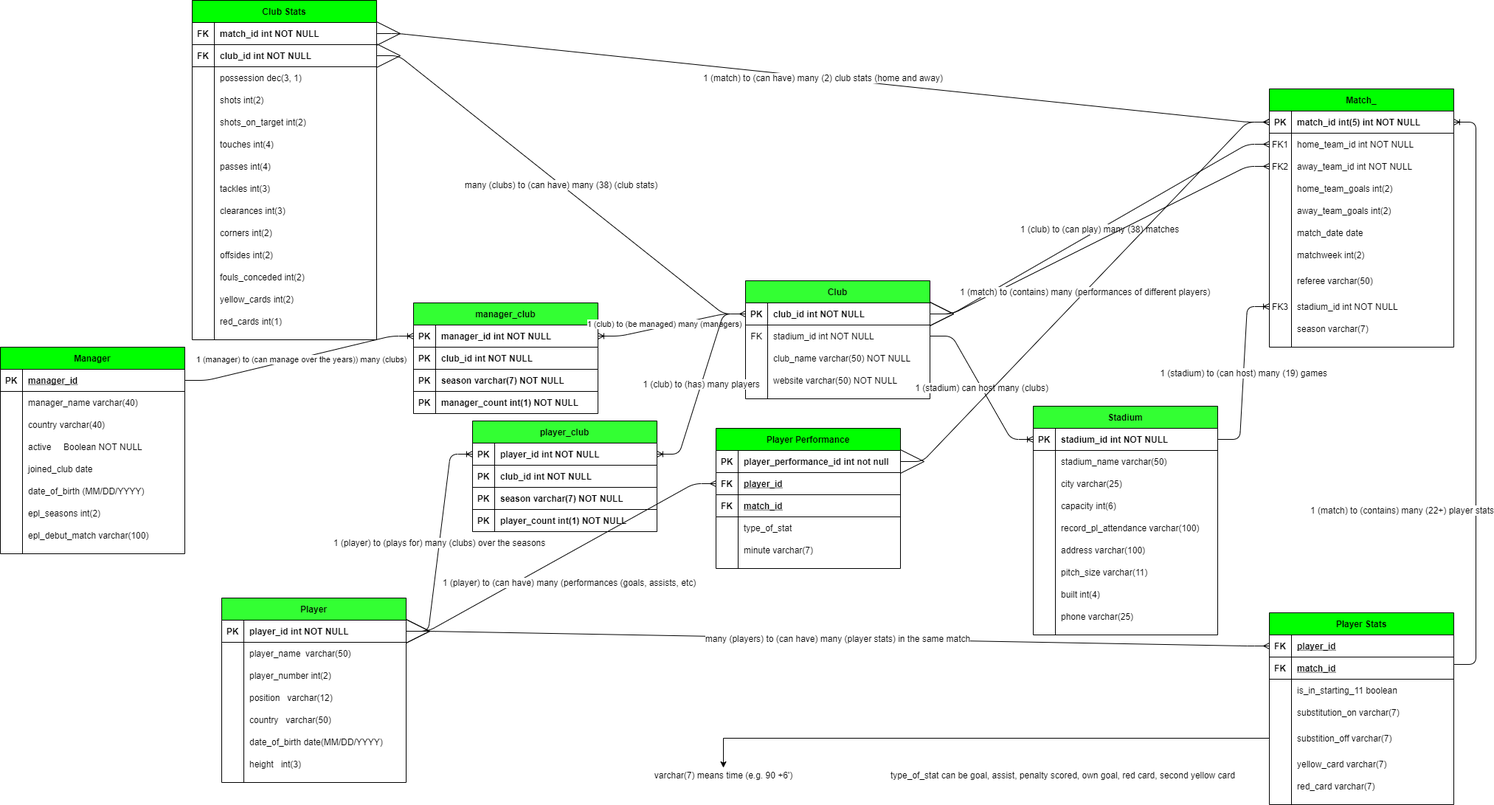
The draw.io diagram Premier League Database Model.png in narekzamanyan97/Scraped-EPL-Data-Into-a-Database, before a commit. Source tidied: cells renumbered, new cells last; positions are measured from the earlier drawing's top-left corner, leaving out a move shared by most shapes.
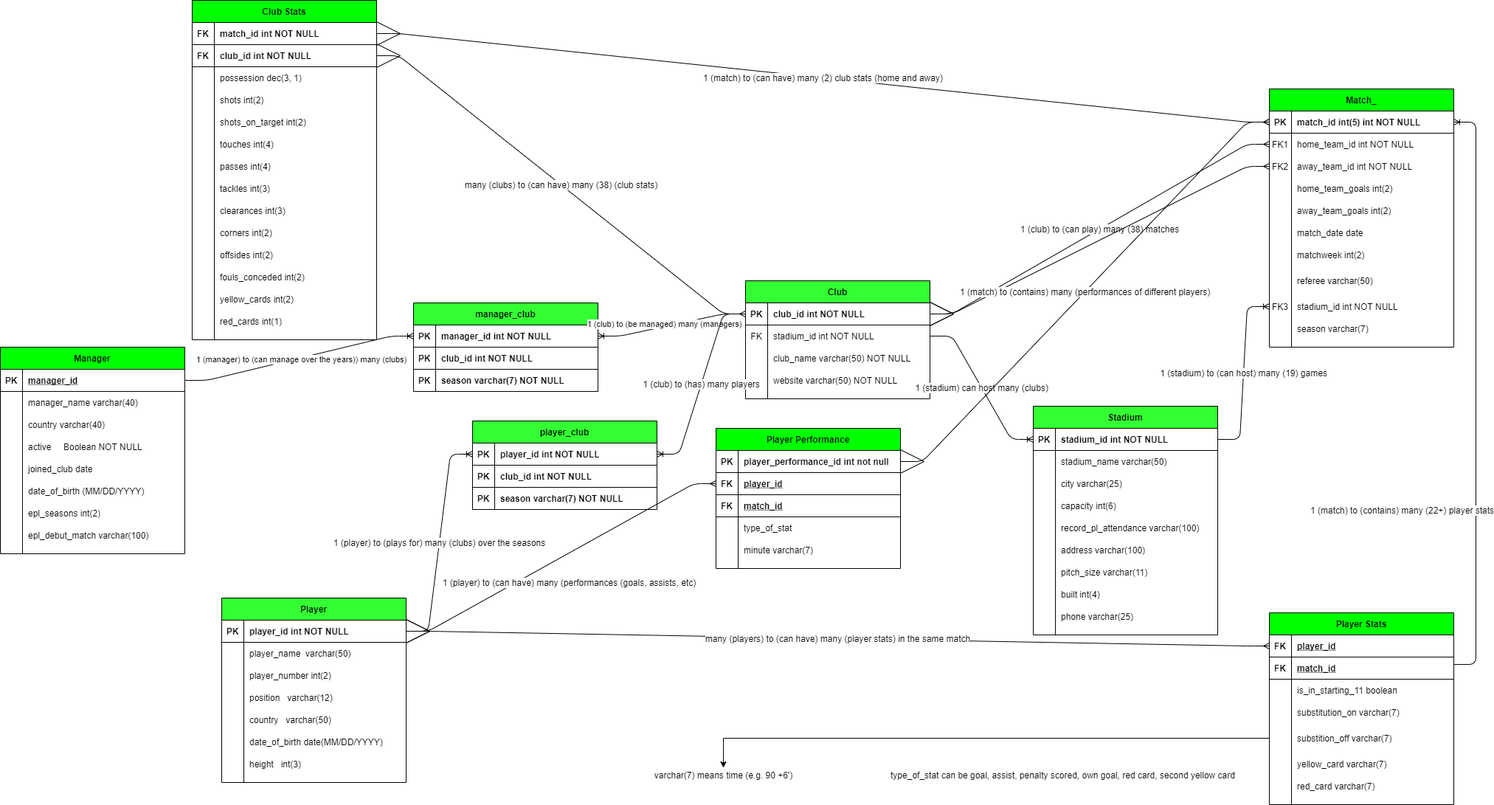
After the change.

Commit message:
We actually don't need the player_count and manager_count. The tuples in player_club and manager_club will be unique without them.

Change to the diagram source:
```diff
@@ -644,7 +644,7 @@
       <mxGeometry relative="1" as="geometry" />
     </mxCell>
     <mxCell id="215" value="player_club" style="shape=table;startSize=30;rowLines=0;fontStyle=1;align=center;fillColor=#33FF33;" parent="1" vertex="1">
-      <mxGeometry x="640" y="570" width="250" height="150" as="geometry" />
+      <mxGeometry x="640" y="570" width="250" height="120" as="geometry" />
     </mxCell>
     <mxCell id="216" style="shape=partialRectangle;fillColor=none;points=[[0,0.5],[1,0.5]];portConstraint=eastwest;top=0;left=0;right=0;bottom=1;" parent="215" vertex="1">
       <mxGeometry y="30" width="250" height="30" as="geometry" />
@@ -673,17 +673,8 @@
     <mxCell id="224" value="season varchar(7) NOT NULL" style="shape=partialRectangle;overflow=hidden;fillColor=none;top=0;left=0;bottom=0;right=0;align=left;spacingLeft=6;fontStyle=1;" parent="222" vertex="1">
       <mxGeometry x="30" width="220" height="30" as="geometry" />
     </mxCell>
-    <mxCell id="225" style="shape=partialRectangle;fillColor=none;top=0;left=0;right=0;bottom=1;" parent="215" vertex="1">
-      <mxGeometry y="120" width="250" height="30" as="geometry" />
-    </mxCell>
-    <mxCell id="226" value="PK" style="shape=partialRectangle;overflow=hidden;fillColor=none;top=0;left=0;bottom=0;right=0;fontStyle=1;" parent="225" vertex="1">
-      <mxGeometry width="30" height="30" as="geometry" />
-    </mxCell>
-    <mxCell id="227" value="player_count int(1) NOT NULL" style="shape=partialRectangle;overflow=hidden;fillColor=none;top=0;left=0;bottom=0;right=0;align=left;spacingLeft=6;fontStyle=1;" parent="225" vertex="1">
-      <mxGeometry x="30" width="220" height="30" as="geometry" />
-    </mxCell>
     <mxCell id="228" value="manager_club" style="shape=table;startSize=30;rowLines=0;fontStyle=1;align=center;fillColor=#33FF33;" parent="1" vertex="1">
-      <mxGeometry x="560" y="410" width="250" height="150" as="geometry" />
+      <mxGeometry x="560" y="410" width="250" height="120" as="geometry" />
     </mxCell>
     <mxCell id="229" style="shape=partialRectangle;fillColor=none;points=[[0,0.5],[1,0.5]];portConstraint=eastwest;top=0;left=0;right=0;bottom=1;" parent="228" vertex="1">
       <mxGeometry y="30" width="250" height="30" as="geometry" />
@@ -712,15 +703,6 @@
     <mxCell id="237" value="season varchar(7) NOT NULL" style="shape=partialRectangle;overflow=hidden;fillColor=none;top=0;left=0;bottom=0;right=0;align=left;spacingLeft=6;fontStyle=1;" parent="235" vertex="1">
       <mxGeometry x="30" width="220" height="30" as="geometry" />
     </mxCell>
-    <mxCell id="238" style="shape=partialRectangle;fillColor=none;top=0;left=0;right=0;bottom=1;" parent="228" vertex="1">
-      <mxGeometry y="120" width="250" height="30" as="geometry" />
-    </mxCell>
-    <mxCell id="239" value="PK" style="shape=partialRectangle;overflow=hidden;fillColor=none;top=0;left=0;bottom=0;right=0;fontStyle=1;" parent="238" vertex="1">
-      <mxGeometry width="30" height="30" as="geometry" />
-    </mxCell>
-    <mxCell id="240" value="manager_count int(1) NOT NULL" style="shape=partialRectangle;overflow=hidden;fillColor=none;top=0;left=0;bottom=0;right=0;align=left;spacingLeft=6;fontStyle=1;" parent="238" vertex="1">
-      <mxGeometry x="30" width="220" height="30" as="geometry" />
-    </mxCell>
     <mxCell id="241" style="edgeStyle=entityRelationEdgeStyle;fontSize=12;html=1;endArrow=ERoneToMany;entryX=0;entryY=0.5;entryDx=0;entryDy=0;" parent="1" edge="1" source="3" target="229">
       <mxGeometry relative="1" as="geometry" />
     </mxCell>
```
